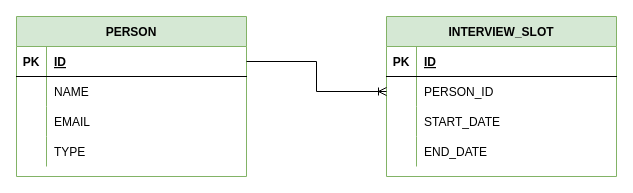
Before: src/main/resources/db/db_structure.drawio in ZehT/bridge351-interview-calendar-api, a draw.io diagram. Source tidied: cells renumbered, new cells numbered last; positions are measured from the earlier drawing's top-left corner, leaving out a move shared by most shapes. Both pictures are drawn from the tidied source at 100%, with x=0, y=0 at pixel (16, 16).
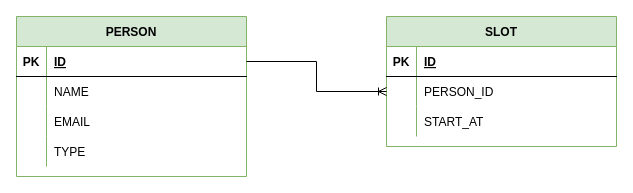
The same page after the edit.

Unchanged cells that the change refers to:
```xml
<mxCell id="9" style="shape=tableRow;horizontal=0;startSize=0;swimlaneHead=0;swimlaneBody=0;fillColor=none;top=0;left=0;right=0;bottom=0;fontSize=12;strokeColor=default;" parent="2" vertex="1">
  <mxGeometry y="90" width="230" height="30" as="geometry" />
</mxCell>
```

Diff of the diagram source:
```diff
@@
-    <mxCell id="2" value="INTERVIEW_SLOT" style="shape=table;startSize=30;childLayout=tableLayout;rowLines=0;fontStyle=1;align=center;fontSize=12;strokeColor=#82b366;fillColor=#d5e8d4;" parent="1" vertex="1">
-      <mxGeometry x="370" width="230" height="160" as="geometry" />
+    <mxCell id="2" value="SLOT" style="shape=table;startSize=30;childLayout=tableLayout;rowLines=0;fontStyle=1;align=center;fontSize=12;strokeColor=#82b366;fillColor=#d5e8d4;" parent="1" vertex="1">
+      <mxGeometry x="370" width="230" height="130" as="geometry" />
     </mxCell>
@@
-    <mxCell id="11" value="START_DATE" style="shape=partialRectangle;fillColor=none;top=0;left=0;bottom=0;right=0;align=left;spacingLeft=6;overflow=hidden;fontSize=12;strokeColor=default;" parent="9" vertex="1">
+    <mxCell id="11" value="START_AT" style="shape=partialRectangle;fillColor=none;top=0;left=0;bottom=0;right=0;align=left;spacingLeft=6;overflow=hidden;fontSize=12;strokeColor=default;" parent="9" vertex="1">
       <mxGeometry x="30" width="200" height="30" as="geometry" />
     </mxCell>
-    <mxCell id="12" style="shape=tableRow;horizontal=0;startSize=0;swimlaneHead=0;swimlaneBody=0;fillColor=none;top=0;left=0;right=0;bottom=0;fontSize=12;strokeColor=default;" parent="2" vertex="1">
-      <mxGeometry y="120" width="230" height="30" as="geometry" />
-    </mxCell>
-    <mxCell id="13" style="shape=partialRectangle;fillColor=none;top=0;left=0;bottom=0;right=0;overflow=hidden;fontSize=12;strokeColor=default;" parent="12" vertex="1">
-      <mxGeometry width="30" height="30" as="geometry" />
-    </mxCell>
-    <mxCell id="14" value="END_DATE" style="shape=partialRectangle;fillColor=none;top=0;left=0;bottom=0;right=0;align=left;spacingLeft=6;overflow=hidden;fontSize=12;strokeColor=default;" parent="12" vertex="1">
-      <mxGeometry x="30" width="200" height="30" as="geometry" />
-    </mxCell>
```
